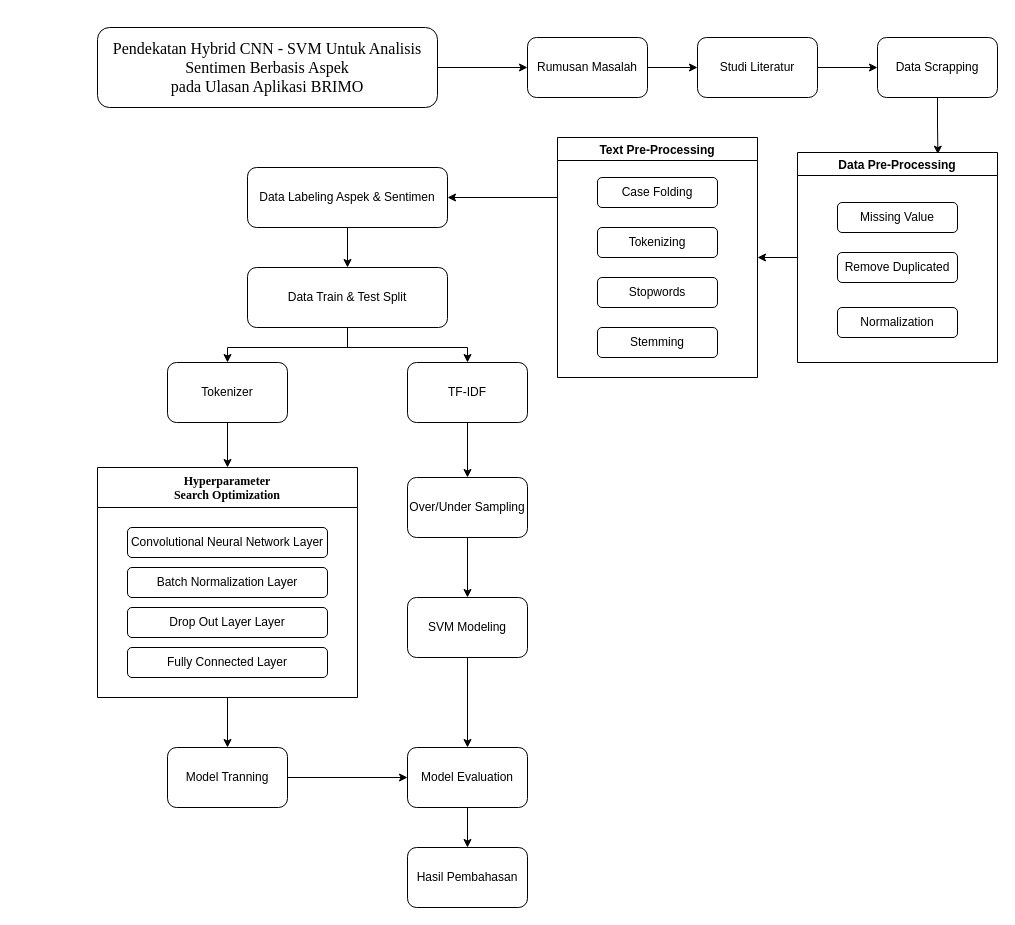
The draw.io diagram tugas-akhir/Metodologi-Penelitian.drawio in xoghub/diagrams, before the edit. Source tidied: cells renumbered, new cells numbered last; positions are measured from the earlier drawing's top-left corner, leaving out a move shared by most shapes. Both pictures are drawn from the tidied source at 100%, with x=0, y=0 at pixel (97, 27).
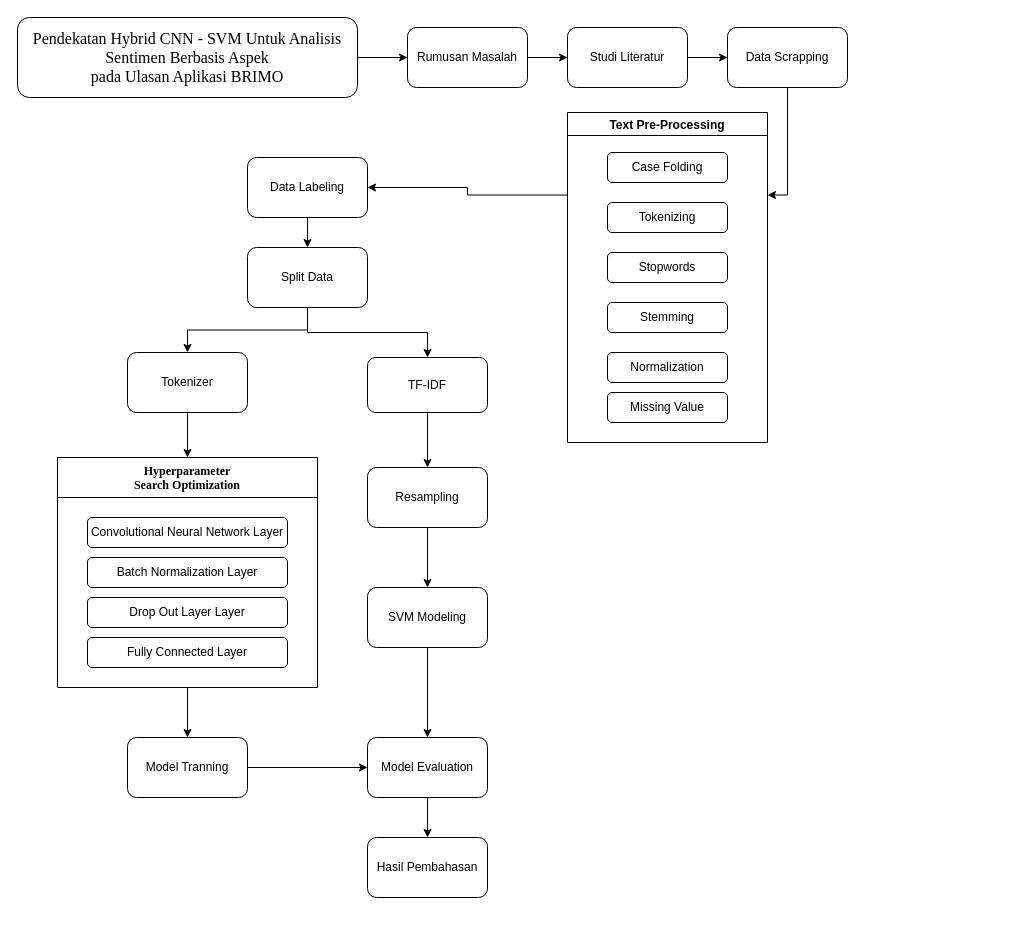
The same page after the edit.

What changed in the source:
```diff
@@
     <mxCell id="4" value="&lt;span style=&quot;font-size:12.0pt;mso-bidi-font-size:14.0pt;&lt;br/&gt;line-height:107%;font-family:&amp;quot;Times New Roman&amp;quot;,serif;mso-fareast-font-family:&lt;br/&gt;Calibri;mso-fareast-theme-font:minor-latin;mso-bidi-font-family:&amp;quot;Cordia New&amp;quot;;&lt;br/&gt;mso-bidi-theme-font:minor-bidi;mso-ansi-language:EN-ID;mso-fareast-language:&lt;br/&gt;EN-US;mso-bidi-language:TH&quot;&gt;Pendekatan Hybrid CNN&amp;nbsp;- SVM Untuk Analisis Sentimen Berbasis Aspek&lt;br&gt;pada Ulasan Aplikasi BRIMO&lt;/span&gt;" style="rounded=1;whiteSpace=wrap;html=1;" parent="1" vertex="1">
-      <mxGeometry width="340" height="80" as="geometry" />
+      <mxGeometry x="-80" y="-10" width="340" height="80" as="geometry" />
     </mxCell>
+    <mxCell id="45" style="edgeStyle=orthogonalEdgeStyle;rounded=0;jettySize=auto;html=1;entryX=1;entryY=0.25;entryDx=0;entryDy=0;" parent="1" edge="1" source="5" target="15">
+      <mxGeometry relative="1" as="geometry" />
+    </mxCell>
     <mxCell id="5" value="Data Scrapping" style="rounded=1;whiteSpace=wrap;html=1;" parent="1" vertex="1">
-      <mxGeometry x="780" y="10" width="120" height="60" as="geometry" />
+      <mxGeometry x="630" width="120" height="60" as="geometry" />
     </mxCell>
@@
     <mxCell id="7" value="Rumusan Masalah" style="rounded=1;whiteSpace=wrap;html=1;" parent="1" vertex="1">
-      <mxGeometry x="430" y="10" width="120" height="60" as="geometry" />
+      <mxGeometry x="310" width="120" height="60" as="geometry" />
     </mxCell>
     <mxCell id="8" value="Studi Literatur" style="rounded=1;whiteSpace=wrap;html=1;" parent="1" vertex="1">
-      <mxGeometry x="600" y="10" width="120" height="60" as="geometry" />
+      <mxGeometry x="470" width="120" height="60" as="geometry" />
     </mxCell>
-    <mxCell id="9" style="edgeStyle=orthogonalEdgeStyle;rounded=0;jettySize=auto;html=1;exitX=0;exitY=0.5;exitDx=0;exitDy=0;entryX=1;entryY=0.5;entryDx=0;entryDy=0;" parent="1" edge="1" source="10" target="15">
-      <mxGeometry relative="1" as="geometry" />
-    </mxCell>
-    <mxCell id="10" value="Data Pre-Processing" style="swimlane;" parent="1" vertex="1">
-      <mxGeometry x="700" y="125" width="200" height="210" as="geometry" />
-    </mxCell>
-    <mxCell id="11" value="Missing Value" style="rounded=1;whiteSpace=wrap;html=1;" parent="10" vertex="1">
-      <mxGeometry x="40" y="50" width="120" height="30" as="geometry" />
-    </mxCell>
-    <mxCell id="12" value="Remove Duplicated" style="rounded=1;whiteSpace=wrap;html=1;" parent="10" vertex="1">
-      <mxGeometry x="40" y="100" width="120" height="30" as="geometry" />
-    </mxCell>
-    <mxCell id="13" value="Normalization" style="rounded=1;whiteSpace=wrap;html=1;" parent="10" vertex="1">
-      <mxGeometry x="40" y="155" width="120" height="30" as="geometry" />
-    </mxCell>
-    <mxCell id="14" style="edgeStyle=orthogonalEdgeStyle;rounded=0;jettySize=auto;html=1;exitX=0;exitY=0.25;exitDx=0;exitDy=0;" parent="1" edge="1" source="15" target="21">
+    <mxCell id="14" style="edgeStyle=orthogonalEdgeStyle;rounded=0;jettySize=auto;html=1;entryX=1;entryY=0.5;entryDx=0;entryDy=0;exitX=0;exitY=0.25;exitDx=0;exitDy=0;" parent="1" edge="1" source="15" target="21">
       <mxGeometry relative="1" as="geometry" />
     </mxCell>
     <mxCell id="15" value="Text Pre-Processing" style="swimlane;" parent="1" vertex="1">
-      <mxGeometry x="460" y="110" width="200" height="240" as="geometry" />
+      <mxGeometry x="470" y="85" width="200" height="330" as="geometry" />
     </mxCell>
@@
+    <mxCell id="11" value="Missing Value" style="rounded=1;whiteSpace=wrap;html=1;" parent="15" vertex="1">
+      <mxGeometry x="40" y="280" width="120" height="30" as="geometry" />
+    </mxCell>
+    <mxCell id="13" value="Normalization" style="rounded=1;whiteSpace=wrap;html=1;" parent="15" vertex="1">
+      <mxGeometry x="40" y="240" width="120" height="30" as="geometry" />
+    </mxCell>
@@
-    <mxCell id="21" value="Data Labeling Aspek &amp;amp; Sentimen" style="rounded=1;whiteSpace=wrap;html=1;" parent="1" vertex="1">
-      <mxGeometry x="150" y="140" width="200" height="60" as="geometry" />
+    <mxCell id="21" value="Data Labeling" style="rounded=1;whiteSpace=wrap;html=1;" parent="1" vertex="1">
+      <mxGeometry x="150" y="130" width="120" height="60" as="geometry" />
     </mxCell>
@@
     <mxCell id="23" value="TF-IDF" style="rounded=1;whiteSpace=wrap;html=1;" parent="1" vertex="1">
-      <mxGeometry x="310" y="335" width="120" height="60" as="geometry" />
+      <mxGeometry x="270" y="330" width="120" height="55" as="geometry" />
     </mxCell>
@@
     <mxCell id="25" value="Tokenizer" style="rounded=1;whiteSpace=wrap;html=1;" parent="1" vertex="1">
-      <mxGeometry x="70" y="335" width="120" height="60" as="geometry" />
+      <mxGeometry x="30" y="325" width="120" height="60" as="geometry" />
     </mxCell>
@@
     <mxCell id="27" value="Hyperparameter &#10;Search Optimization" style="swimlane;startSize=40;fontFamily=Times New Roman;" parent="1" vertex="1">
-      <mxGeometry y="440" width="260" height="230" as="geometry" />
+      <mxGeometry x="-40" y="430" width="260" height="230" as="geometry" />
     </mxCell>
@@
     <mxCell id="33" value="SVM Modeling" style="rounded=1;whiteSpace=wrap;html=1;" parent="1" vertex="1">
-      <mxGeometry x="310" y="570" width="120" height="60" as="geometry" />
+      <mxGeometry x="270" y="560" width="120" height="60" as="geometry" />
     </mxCell>
@@
     <mxCell id="35" value="Model Tranning" style="rounded=1;whiteSpace=wrap;html=1;" parent="1" vertex="1">
-      <mxGeometry x="70" y="720" width="120" height="60" as="geometry" />
+      <mxGeometry x="30" y="710" width="120" height="60" as="geometry" />
     </mxCell>
@@
     <mxCell id="37" value="Model Evaluation" style="rounded=1;whiteSpace=wrap;html=1;" parent="1" vertex="1">
-      <mxGeometry x="310" y="720" width="120" height="60" as="geometry" />
+      <mxGeometry x="270" y="710" width="120" height="60" as="geometry" />
     </mxCell>
@@
-    <mxCell id="40" value="Data Train &amp;amp; Test Split" style="rounded=1;whiteSpace=wrap;html=1;" parent="1" vertex="1">
-      <mxGeometry x="150" y="240" width="200" height="60" as="geometry" />
+    <mxCell id="40" value="Split Data" style="rounded=1;whiteSpace=wrap;html=1;" parent="1" vertex="1">
+      <mxGeometry x="150" y="220" width="120" height="60" as="geometry" />
     </mxCell>
     <mxCell id="41" value="Hasil Pembahasan" style="rounded=1;whiteSpace=wrap;html=1;" parent="1" vertex="1">
-      <mxGeometry x="310" y="820" width="120" height="60" as="geometry" />
+      <mxGeometry x="270" y="810" width="120" height="60" as="geometry" />
     </mxCell>
-    <mxCell id="42" style="edgeStyle=orthogonalEdgeStyle;rounded=0;jettySize=auto;html=1;entryX=0.702;entryY=0.008;entryDx=0;entryDy=0;entryPerimeter=0;" parent="1" edge="1" source="5" target="10">
-      <mxGeometry relative="1" as="geometry" />
-    </mxCell>
@@
-    <mxCell id="44" value="Over/Under Sampling" style="rounded=1;whiteSpace=wrap;html=1;" parent="1" vertex="1">
-      <mxGeometry x="310" y="450" width="120" height="60" as="geometry" />
+    <mxCell id="44" value="Res&lt;span style=&quot;background-color: initial;&quot;&gt;ampling&lt;/span&gt;" style="rounded=1;whiteSpace=wrap;html=1;" parent="1" vertex="1">
+      <mxGeometry x="270" y="440" width="120" height="60" as="geometry" />
     </mxCell>
```
